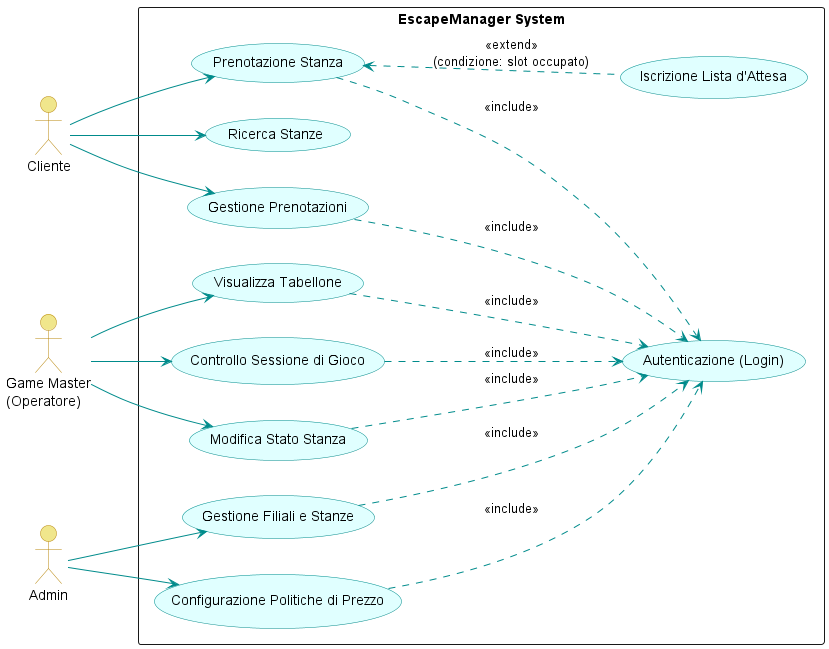
Before: LaTeX/images/usecase_diagram.png, a diagram exported from PlantUML (Adrycasta04/EscapeManager). The source it was exported from:
```plantuml
@startuml usecase_diagram.puml
left to right direction
skinparam packageStyle rectangle
skinparam usecase {
    BackgroundColor LightCyan
    BorderColor DarkCyan
    ArrowColor DarkCyan
}
skinparam actor {
    BackgroundColor Khaki
    BorderColor DarkGoldenRod
}

actor "Cliente" as C
actor "Game Master\n(Operatore)" as GM
actor "Admin" as A

rectangle "EscapeManager System" {

    usecase "Autenticazione (Login)" as UC_Login

    usecase "Ricerca Stanze" as UC_C1
    usecase "Prenotazione Stanza" as UC_C2
    usecase "Iscrizione Lista d'Attesa" as UC_C3
    usecase "Gestione Prenotazioni" as UC_C4

    usecase "Visualizza Tabellone" as UC_GM1
    usecase "Controllo Sessione di Gioco" as UC_GM2
    usecase "Modifica Stato Stanza" as UC_GM3

    usecase "Gestione Filiali e Stanze" as UC_A1
    usecase "Configurazione Politiche di Prezzo" as UC_A2
}

C --> UC_C1
C --> UC_C2
C --> UC_C4

GM --> UC_GM1
GM --> UC_GM2
GM --> UC_GM3

A --> UC_A1
A --> UC_A2

UC_C2 ..> UC_Login : <<include>>
UC_C4 ..> UC_Login : <<include>>
UC_GM1 ..> UC_Login : <<include>>
UC_GM2 ..> UC_Login : <<include>>
UC_GM3 ..> UC_Login : <<include>>
UC_A1 ..> UC_Login : <<include>>
UC_A2 ..> UC_Login : <<include>>

UC_C3 .up.> UC_C2 : <<extend>>\n(condizione: slot occupato)

@enduml
```
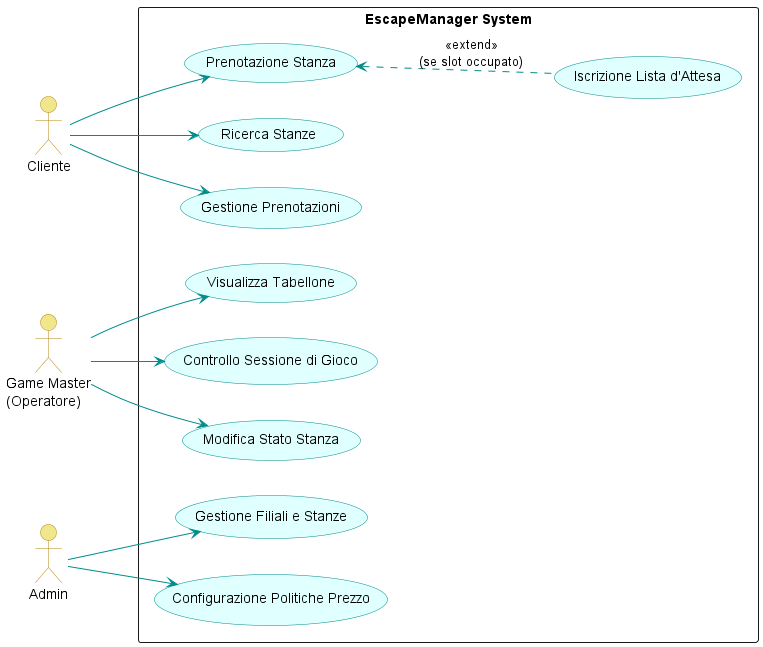
After the change.

Change to the diagram source:
```diff
@@ -1,4 +1,4 @@
-@startuml usecase_diagram.puml
+@startuml usecase_diagram
 left to right direction
 skinparam packageStyle rectangle
 skinparam usecase {
@@ -17,8 +17,6 @@
 
 rectangle "EscapeManager System" {
 
-    usecase "Autenticazione (Login)" as UC_Login
-
     usecase "Ricerca Stanze" as UC_C1
     usecase "Prenotazione Stanza" as UC_C2
     usecase "Iscrizione Lista d'Attesa" as UC_C3
@@ -29,7 +27,7 @@
     usecase "Modifica Stato Stanza" as UC_GM3
 
     usecase "Gestione Filiali e Stanze" as UC_A1
-    usecase "Configurazione Politiche di Prezzo" as UC_A2
+    usecase "Configurazione Politiche Prezzo" as UC_A2
 }
 
 C --> UC_C1
@@ -43,14 +41,6 @@
 A --> UC_A1
 A --> UC_A2
 
-UC_C2 ..> UC_Login : <<include>>
-UC_C4 ..> UC_Login : <<include>>
-UC_GM1 ..> UC_Login : <<include>>
-UC_GM2 ..> UC_Login : <<include>>
-UC_GM3 ..> UC_Login : <<include>>
-UC_A1 ..> UC_Login : <<include>>
-UC_A2 ..> UC_Login : <<include>>
-
-UC_C3 .up.> UC_C2 : <<extend>>\n(condizione: slot occupato)
+UC_C3 .up.> UC_C2 : <<extend>>\n(se slot occupato)
 
 @enduml
```
